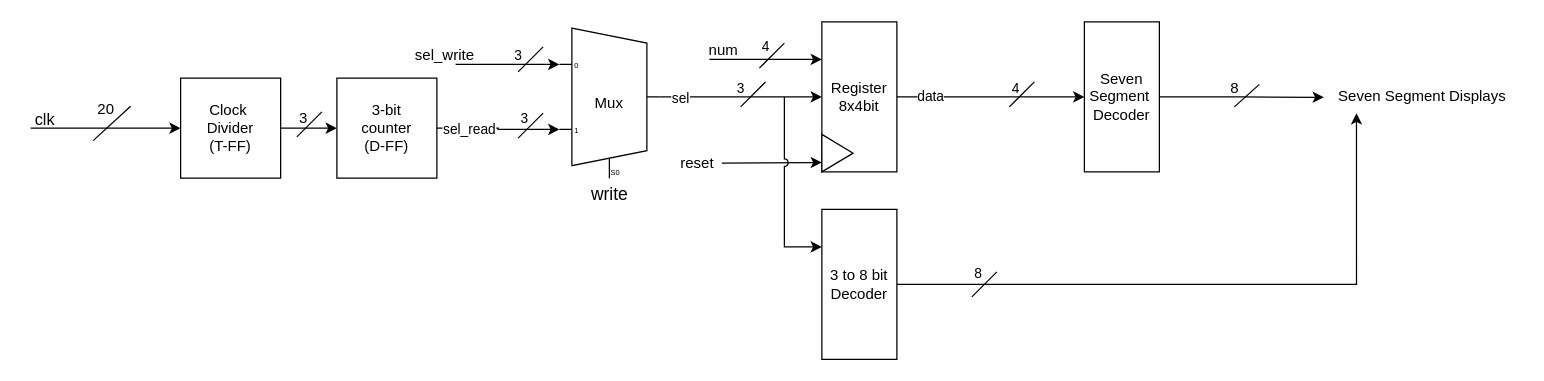
Earlier version of the draw.io diagram page "Page-1" (1 of 3) of SevenSegmentSeq.drawio (abubakar-lgtm/DSD_2023_Abubakar). Source tidied: cells renumbered, new cells numbered last; positions are measured from the earlier drawing's top-left corner, leaving out a move shared by most shapes. Both pictures are drawn from the tidied source at 125%, with x=0, y=0 at pixel (21, 21).
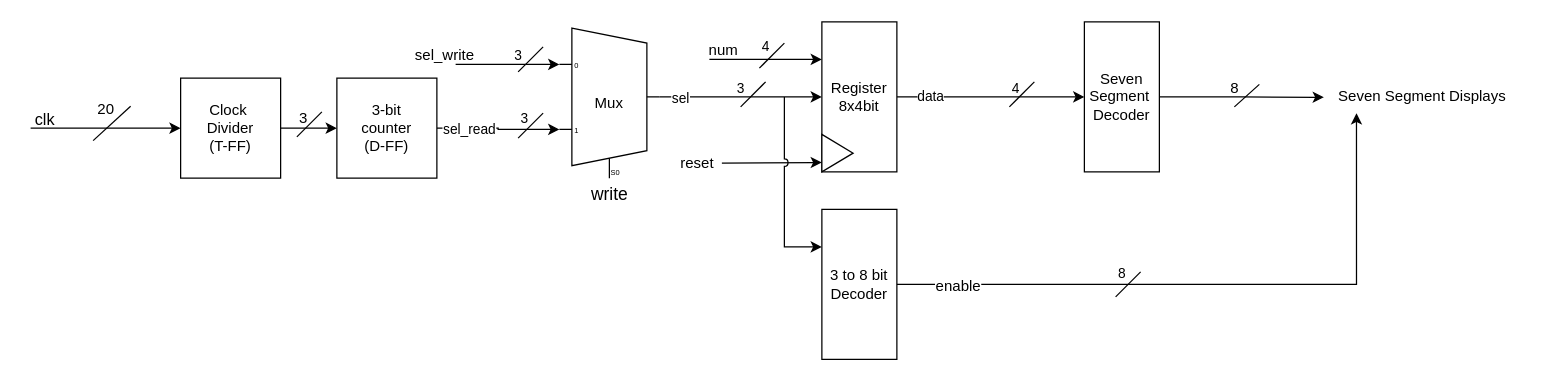
After the change.

Unchanged cells that the change refers to:
```xml
<mxCell id="45" style="edgeStyle=orthogonalEdgeStyle;rounded=0;jettySize=auto;html=1;entryX=0.173;entryY=0.936;entryDx=0;entryDy=0;entryPerimeter=0;" parent="1" edge="1" source="31" target="25">
  <mxGeometry relative="1" as="geometry" />
</mxCell>
```

Diff of the diagram source:
```diff
@@
     <mxCell id="33" style="endArrow=none;html=1;rounded=0;" parent="1" edge="1">
       <mxGeometry relative="1" as="geometry">
-        <mxPoint x="780" y="200" as="sourcePoint" />
-        <mxPoint x="760" y="220" as="targetPoint" />
+        <mxPoint x="895" y="200" as="sourcePoint" />
+        <mxPoint x="875" y="220" as="targetPoint" />
       </mxGeometry>
     </mxCell>
@@
+    <mxCell id="48" value="&lt;font style=&quot;font-size: 12px;&quot;&gt;enable&lt;/font&gt;" style="edgeLabel;html=1;align=center;verticalAlign=middle;rotation=0;" parent="45" vertex="1">
+      <mxGeometry x="-0.81" y="-1" relative="1" as="geometry" />
+    </mxCell>
```
